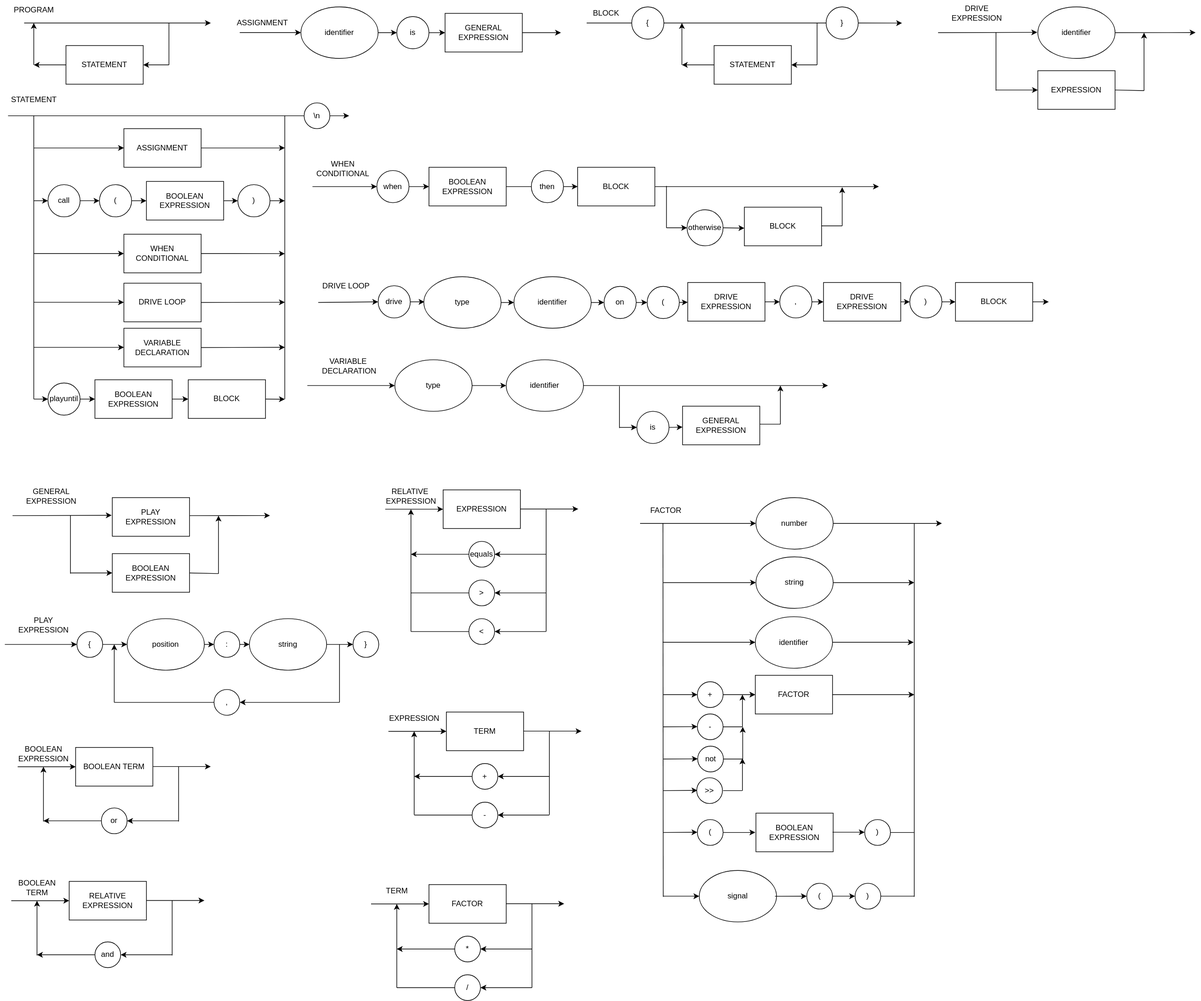
Above: SyntaxDiagram.svg in Paulofalcao2002/NFlang (draw.io), before the change. Source tidied: cells renumbered, new cells last; positions are measured from the earlier drawing's top-left corner, leaving out a move shared by most shapes.
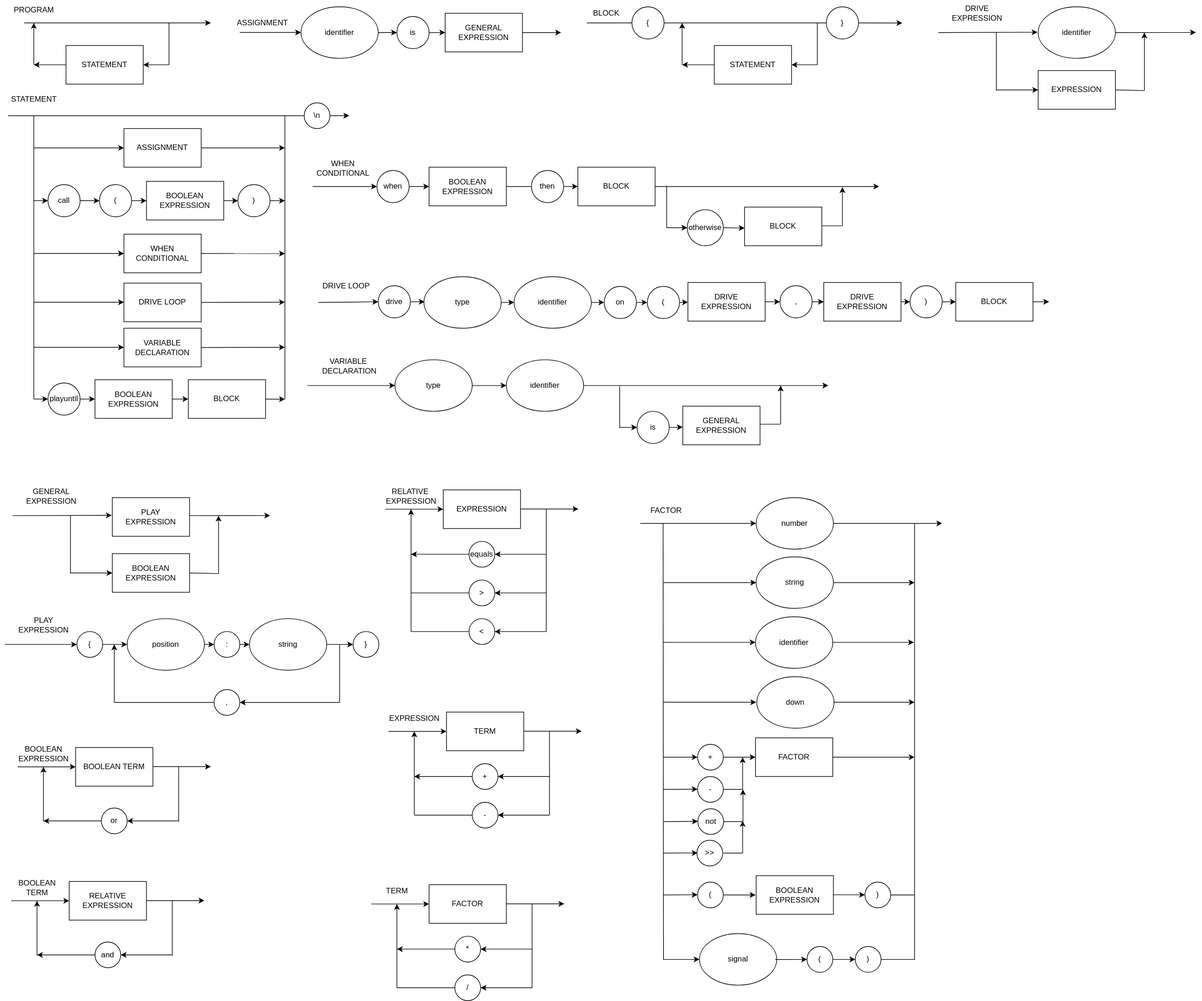
The same diagram one commit later.

Commit message:
feat: Add down to syntax diagram and ebnf

Change to the diagram source:
```diff
@@ -129,52 +129,52 @@
     </mxCell>
     <mxCell id="29" style="endArrow=none;html=1;" parent="1" edge="1">
       <mxGeometry relative="1" as="geometry">
-        <mxPoint x="1413" y="1392" as="sourcePoint" />
+        <mxPoint x="1413" y="1490" as="sourcePoint" />
         <mxPoint x="1413" y="812.3" as="targetPoint" />
       </mxGeometry>
     </mxCell>
     <mxCell id="30" style="endArrow=none;html=1;" parent="1" edge="1">
       <mxGeometry relative="1" as="geometry">
-        <mxPoint x="1023" y="1392" as="sourcePoint" />
+        <mxPoint x="1023" y="1490" as="sourcePoint" />
         <mxPoint x="1022.5" y="812" as="targetPoint" />
       </mxGeometry>
     </mxCell>
     <mxCell id="31" style="endArrow=classic;html=1;" parent="1" edge="1">
       <mxGeometry relative="1" as="geometry">
-        <mxPoint x="1023" y="1078" as="sourcePoint" />
-        <mxPoint x="1076" y="1078" as="targetPoint" />
+        <mxPoint x="1023" y="1175" as="sourcePoint" />
+        <mxPoint x="1076" y="1175" as="targetPoint" />
       </mxGeometry>
     </mxCell>
     <mxCell id="32" style="endArrow=classic;html=1;" parent="1" edge="1">
       <mxGeometry relative="1" as="geometry">
-        <mxPoint x="1023" y="1128" as="sourcePoint" />
-        <mxPoint x="1076" y="1127.7" as="targetPoint" />
+        <mxPoint x="1023" y="1225" as="sourcePoint" />
+        <mxPoint x="1076" y="1224.7" as="targetPoint" />
       </mxGeometry>
     </mxCell>
     <mxCell id="33" value="+" style="ellipse;whiteSpace=wrap;html=1;" parent="1" vertex="1">
-      <mxGeometry x="1076" y="1058" width="40" height="40" as="geometry" />
+      <mxGeometry x="1076" y="1155" width="40" height="40" as="geometry" />
     </mxCell>
     <mxCell id="34" value="-" style="ellipse;whiteSpace=wrap;html=1;" parent="1" vertex="1">
-      <mxGeometry x="1076" y="1108" width="40" height="40" as="geometry" />
+      <mxGeometry x="1076" y="1205" width="40" height="40" as="geometry" />
     </mxCell>
     <mxCell id="35" value="(" style="ellipse;whiteSpace=wrap;html=1;" parent="1" vertex="1">
-      <mxGeometry x="1076" y="1272" width="40" height="40" as="geometry" />
+      <mxGeometry x="1076" y="1369" width="40" height="40" as="geometry" />
     </mxCell>
     <mxCell id="36" style="endArrow=classic;html=1;" parent="1" edge="1">
       <mxGeometry relative="1" as="geometry">
-        <mxPoint x="1023" y="1292" as="sourcePoint" />
-        <mxPoint x="1076" y="1291.7" as="targetPoint" />
+        <mxPoint x="1023" y="1389" as="sourcePoint" />
+        <mxPoint x="1076" y="1388.7" as="targetPoint" />
       </mxGeometry>
     </mxCell>
     <mxCell id="37" value="FACTOR" style="rounded=0;whiteSpace=wrap;html=1;" parent="1" vertex="1">
-      <mxGeometry x="1166" y="1048" width="120" height="60" as="geometry" />
+      <mxGeometry x="1166" y="1145" width="120" height="60" as="geometry" />
     </mxCell>
     <mxCell id="38" value="BOOLEAN EXPRESSION" style="rounded=0;whiteSpace=wrap;html=1;" parent="1" vertex="1">
-      <mxGeometry x="1167" y="1262" width="120" height="60" as="geometry" />
+      <mxGeometry x="1167" y="1359" width="120" height="60" as="geometry" />
     </mxCell>
     <mxCell id="39" style="endArrow=none;html=1;exitX=1;exitY=0.5;exitDx=0;exitDy=0;" parent="1" edge="1" source="34">
       <mxGeometry relative="1" as="geometry">
-        <mxPoint x="1146" y="1128" as="targetPoint" />
+        <mxPoint x="1146" y="1225" as="targetPoint" />
       </mxGeometry>
     </mxCell>
     <mxCell id="40" style="endArrow=classic;html=1;exitX=1;exitY=0.5;exitDx=0;exitDy=0;entryX=0;entryY=0.5;entryDx=0;entryDy=0;" parent="1" edge="1" source="33" target="37">
@@ -182,33 +182,33 @@
     </mxCell>
     <mxCell id="41" style="endArrow=classic;html=1;" parent="1" edge="1">
       <mxGeometry relative="1" as="geometry">
-        <mxPoint x="1146" y="1128" as="sourcePoint" />
-        <mxPoint x="1146" y="1078" as="targetPoint" />
+        <mxPoint x="1146" y="1225" as="sourcePoint" />
+        <mxPoint x="1146" y="1175" as="targetPoint" />
       </mxGeometry>
     </mxCell>
     <mxCell id="42" style="endArrow=classic;html=1;exitX=1;exitY=0.5;exitDx=0;exitDy=0;entryX=0;entryY=0.5;entryDx=0;entryDy=0;" parent="1" edge="1" source="35">
       <mxGeometry relative="1" as="geometry">
-        <mxPoint x="1166" y="1292" as="targetPoint" />
+        <mxPoint x="1166" y="1389" as="targetPoint" />
       </mxGeometry>
     </mxCell>
     <mxCell id="43" value=")" style="ellipse;whiteSpace=wrap;html=1;" parent="1" vertex="1">
-      <mxGeometry x="1336" y="1272" width="40" height="40" as="geometry" />
+      <mxGeometry x="1336" y="1369" width="40" height="40" as="geometry" />
     </mxCell>
     <mxCell id="44" style="endArrow=classic;html=1;" parent="1" edge="1">
       <mxGeometry relative="1" as="geometry">
-        <mxPoint x="1286" y="1291.7" as="sourcePoint" />
-        <mxPoint x="1336" y="1291.7" as="targetPoint" />
+        <mxPoint x="1286" y="1388.7" as="sourcePoint" />
+        <mxPoint x="1336" y="1388.7" as="targetPoint" />
       </mxGeometry>
     </mxCell>
     <mxCell id="45" style="endArrow=none;html=1;" parent="1" edge="1">
       <mxGeometry relative="1" as="geometry">
-        <mxPoint x="1376" y="1292" as="sourcePoint" />
-        <mxPoint x="1413" y="1292" as="targetPoint" />
+        <mxPoint x="1376" y="1389" as="sourcePoint" />
+        <mxPoint x="1413" y="1389" as="targetPoint" />
       </mxGeometry>
     </mxCell>
     <mxCell id="46" style="endArrow=classic;html=1;exitX=1;exitY=0.5;exitDx=0;exitDy=0;" parent="1" edge="1" source="37">
       <mxGeometry relative="1" as="geometry">
-        <mxPoint x="1413" y="1078" as="targetPoint" />
+        <mxPoint x="1413" y="1175" as="targetPoint" />
       </mxGeometry>
     </mxCell>
     <mxCell id="47" value="number" style="ellipse;whiteSpace=wrap;html=1;" parent="1" vertex="1">
@@ -312,36 +312,36 @@
     </mxCell>
     <mxCell id="71" style="endArrow=classic;html=1;" parent="1" edge="1">
       <mxGeometry relative="1" as="geometry">
-        <mxPoint x="1023.5" y="1178" as="sourcePoint" />
-        <mxPoint x="1076.5" y="1177.7" as="targetPoint" />
+        <mxPoint x="1023.5" y="1275" as="sourcePoint" />
+        <mxPoint x="1076.5" y="1274.7" as="targetPoint" />
       </mxGeometry>
     </mxCell>
     <mxCell id="72" value="not" style="ellipse;whiteSpace=wrap;html=1;" parent="1" vertex="1">
-      <mxGeometry x="1076.5" y="1158" width="40" height="40" as="geometry" />
+      <mxGeometry x="1076.5" y="1255" width="40" height="40" as="geometry" />
     </mxCell>
     <mxCell id="73" style="endArrow=none;html=1;exitX=1;exitY=0.5;exitDx=0;exitDy=0;" parent="1" edge="1" source="72">
       <mxGeometry relative="1" as="geometry">
-        <mxPoint x="1146.5" y="1178" as="targetPoint" />
+        <mxPoint x="1146.5" y="1275" as="targetPoint" />
       </mxGeometry>
     </mxCell>
     <mxCell id="74" style="endArrow=classic;html=1;" parent="1" edge="1">
       <mxGeometry relative="1" as="geometry">
-        <mxPoint x="1146.5" y="1178" as="sourcePoint" />
-        <mxPoint x="1146.5" y="1128" as="targetPoint" />
+        <mxPoint x="1146.5" y="1275" as="sourcePoint" />
+        <mxPoint x="1146.5" y="1225" as="targetPoint" />
       </mxGeometry>
     </mxCell>
     <mxCell id="75" value="signal" style="ellipse;whiteSpace=wrap;html=1;" parent="1" vertex="1">
-      <mxGeometry x="1079" y="1351" width="120" height="80" as="geometry" />
+      <mxGeometry x="1079" y="1449" width="120" height="80" as="geometry" />
     </mxCell>
     <mxCell id="76" value="(" style="ellipse;whiteSpace=wrap;html=1;" parent="1" vertex="1">
-      <mxGeometry x="1246" y="1371" width="40" height="40" as="geometry" />
+      <mxGeometry x="1246" y="1469" width="40" height="40" as="geometry" />
     </mxCell>
     <mxCell id="77" value=")" style="ellipse;whiteSpace=wrap;html=1;" parent="1" vertex="1">
-      <mxGeometry x="1321" y="1371" width="40" height="40" as="geometry" />
+      <mxGeometry x="1321" y="1469" width="40" height="40" as="geometry" />
     </mxCell>
     <mxCell id="78" style="endArrow=classic;html=1;entryX=0;entryY=0.5;entryDx=0;entryDy=0;" parent="1" edge="1" target="75">
       <mxGeometry relative="1" as="geometry">
-        <mxPoint x="1023" y="1391" as="sourcePoint" />
+        <mxPoint x="1023" y="1489" as="sourcePoint" />
       </mxGeometry>
     </mxCell>
     <mxCell id="79" style="endArrow=classic;html=1;exitX=0.98;exitY=0.502;exitDx=0;exitDy=0;entryX=0;entryY=0.5;entryDx=0;entryDy=0;exitPerimeter=0;" parent="1" edge="1" source="75" target="76">
@@ -352,7 +352,7 @@
     </mxCell>
     <mxCell id="81" style="endArrow=none;html=1;exitX=1;exitY=0.5;exitDx=0;exitDy=0;" parent="1" edge="1" source="77">
       <mxGeometry relative="1" as="geometry">
-        <mxPoint x="1413" y="1391" as="targetPoint" />
+        <mxPoint x="1413" y="1489" as="targetPoint" />
       </mxGeometry>
     </mxCell>
     <mxCell id="82" value="BOOLEAN TERM" style="rounded=0;whiteSpace=wrap;html=1;" parent="1" vertex="1">
@@ -936,23 +936,23 @@
     </mxCell>
     <mxCell id="219" style="endArrow=classic;html=1;" parent="1" edge="1">
       <mxGeometry relative="1" as="geometry">
-        <mxPoint x="1023" y="1227" as="sourcePoint" />
-        <mxPoint x="1076" y="1226.7" as="targetPoint" />
+        <mxPoint x="1023" y="1324" as="sourcePoint" />
+        <mxPoint x="1076" y="1323.7" as="targetPoint" />
       </mxGeometry>
     </mxCell>
     <mxCell id="220" value="&amp;gt;&amp;gt;" style="ellipse;whiteSpace=wrap;html=1;" parent="1" vertex="1">
-      <mxGeometry x="1075" y="1207" width="40" height="40" as="geometry" />
+      <mxGeometry x="1075" y="1304" width="40" height="40" as="geometry" />
     </mxCell>
     <mxCell id="221" style="endArrow=none;html=1;exitX=1;exitY=0.5;exitDx=0;exitDy=0;" parent="1" edge="1">
       <mxGeometry relative="1" as="geometry">
-        <mxPoint x="1116" y="1227" as="sourcePoint" />
-        <mxPoint x="1146" y="1227" as="targetPoint" />
+        <mxPoint x="1116" y="1324" as="sourcePoint" />
+        <mxPoint x="1146" y="1324" as="targetPoint" />
       </mxGeometry>
     </mxCell>
     <mxCell id="222" style="endArrow=classic;html=1;" parent="1" edge="1">
       <mxGeometry relative="1" as="geometry">
-        <mxPoint x="1146" y="1227" as="sourcePoint" />
-        <mxPoint x="1146" y="1177" as="targetPoint" />
+        <mxPoint x="1146" y="1324" as="sourcePoint" />
+        <mxPoint x="1146" y="1274" as="targetPoint" />
       </mxGeometry>
     </mxCell>
     <mxCell id="223" value="PLAY&lt;br&gt;EXPRESSION" style="text;html=1;align=center;verticalAlign=middle;strokeColor=none;fillColor=none;" parent="1" vertex="1">
@@ -1058,5 +1058,20 @@
     <mxCell id="247" value="PLAY &lt;br&gt;EXPRESSION" style="rounded=0;whiteSpace=wrap;html=1;" parent="1" vertex="1">
       <mxGeometry x="167" y="772" width="120" height="60" as="geometry" />
     </mxCell>
+    <mxCell id="248" value="down" style="ellipse;whiteSpace=wrap;html=1;" parent="1" vertex="1">
+      <mxGeometry x="1168" y="1050" width="120" height="80" as="geometry" />
+    </mxCell>
+    <mxCell id="249" style="endArrow=classic;html=1;entryX=0;entryY=0.5;entryDx=0;entryDy=0;" parent="1" edge="1">
+      <mxGeometry relative="1" as="geometry">
+        <mxPoint x="1023" y="1089.7" as="sourcePoint" />
+        <mxPoint x="1167" y="1089.7" as="targetPoint" />
+      </mxGeometry>
+    </mxCell>
+    <mxCell id="250" style="endArrow=classic;html=1;exitX=1;exitY=0.5;exitDx=0;exitDy=0;" parent="1" edge="1">
+      <mxGeometry relative="1" as="geometry">
+        <mxPoint x="1287" y="1089.7" as="sourcePoint" />
+        <mxPoint x="1413" y="1089.7" as="targetPoint" />
+      </mxGeometry>
+    </mxCell>
   </root>
 </mxGraphModel>
```
